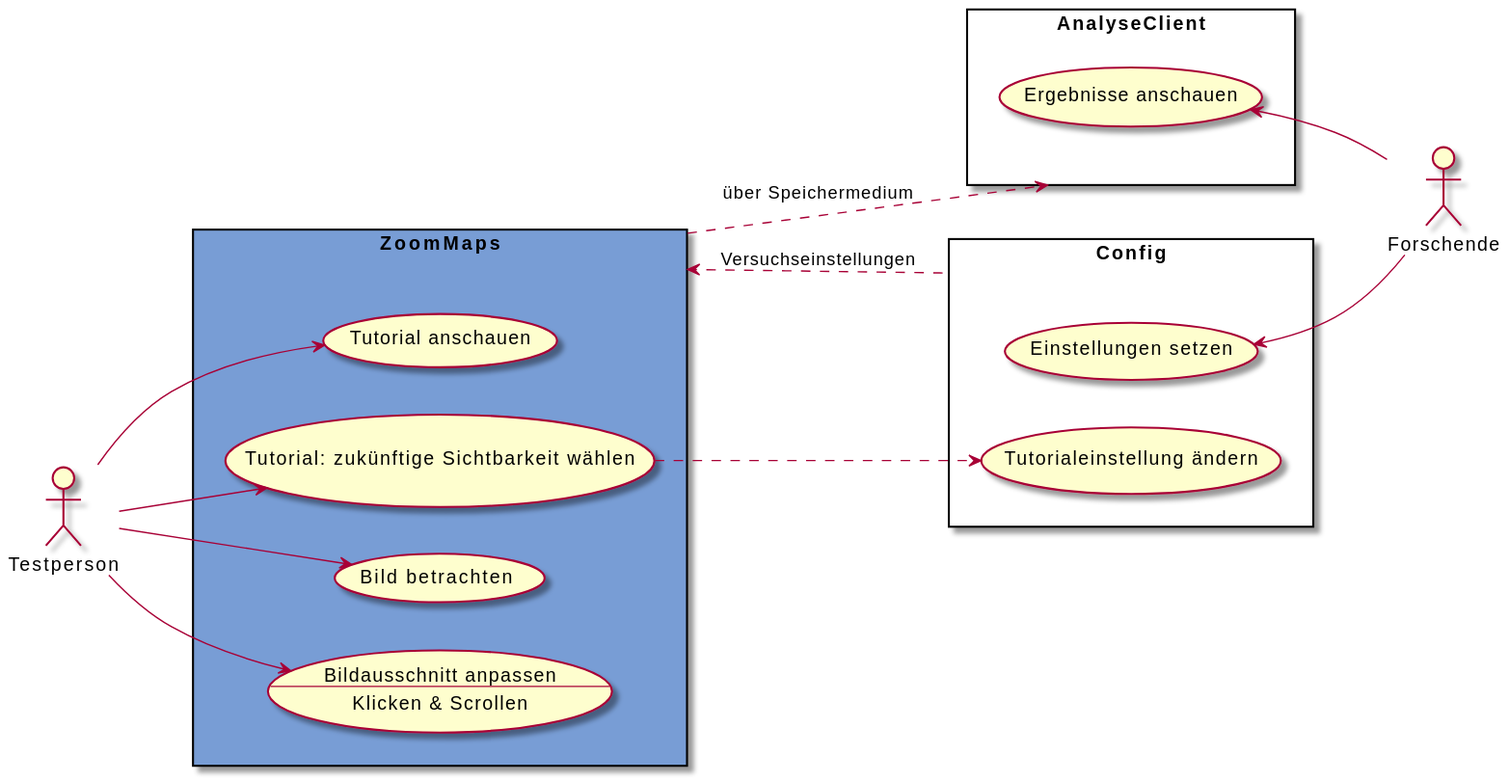
Earlier version of the PlantUML export meilenstein_05/usecase-zoommaps/usecase-zoommaps.svg (weichware10/meilensteine).
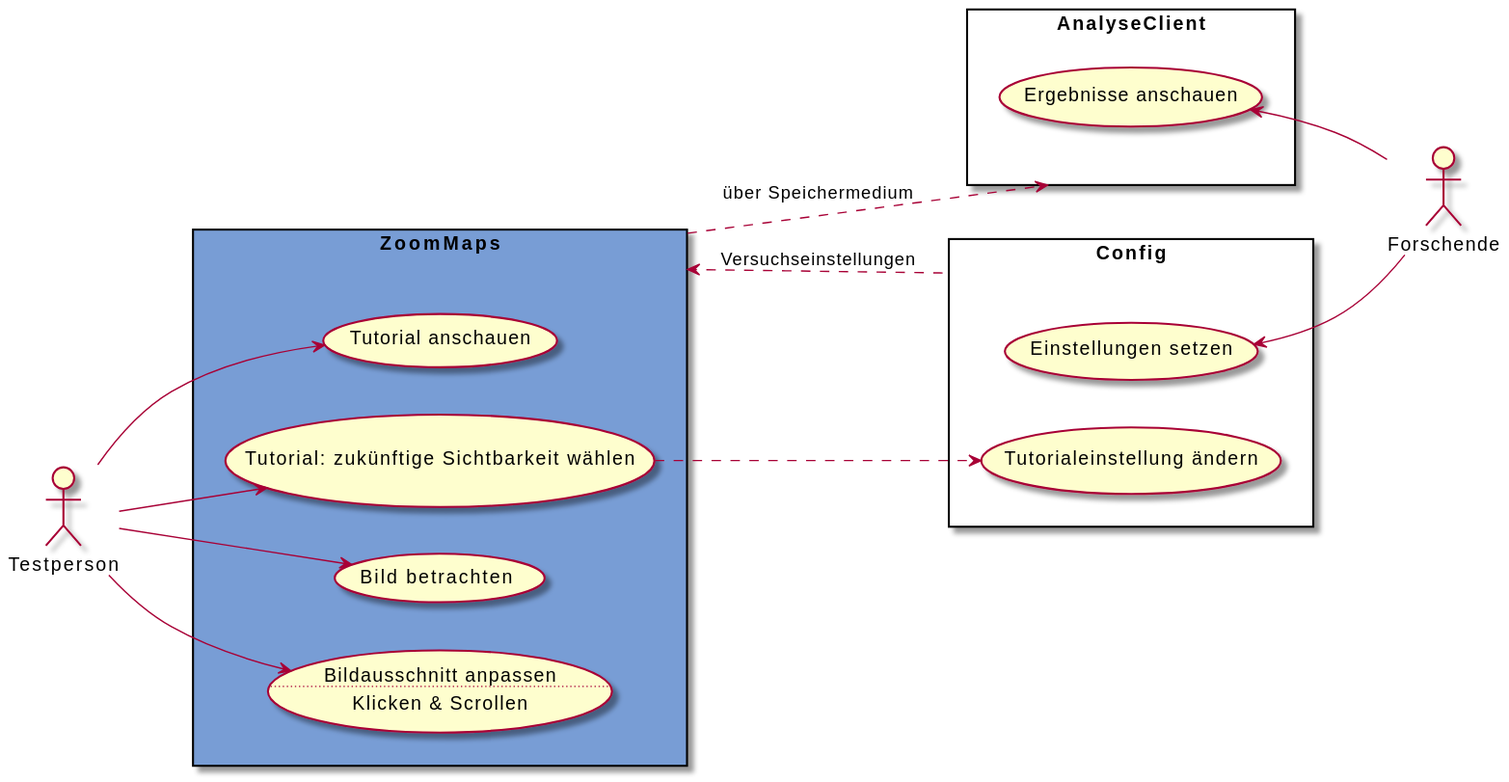
The same diagram one commit later.

Commit message:
rendered SVGs

What changed in the source:
```diff
@@ -9,7 +9,7 @@
     usecase "Tutorial: zukünftige Sichtbarkeit wählen" as tw
     usecase "Bild betrachten" as bb
     usecase ba as "Bildausschnitt anpassen
-    --
+    ..
     Klicken & Scrollen"
 }
 
```
